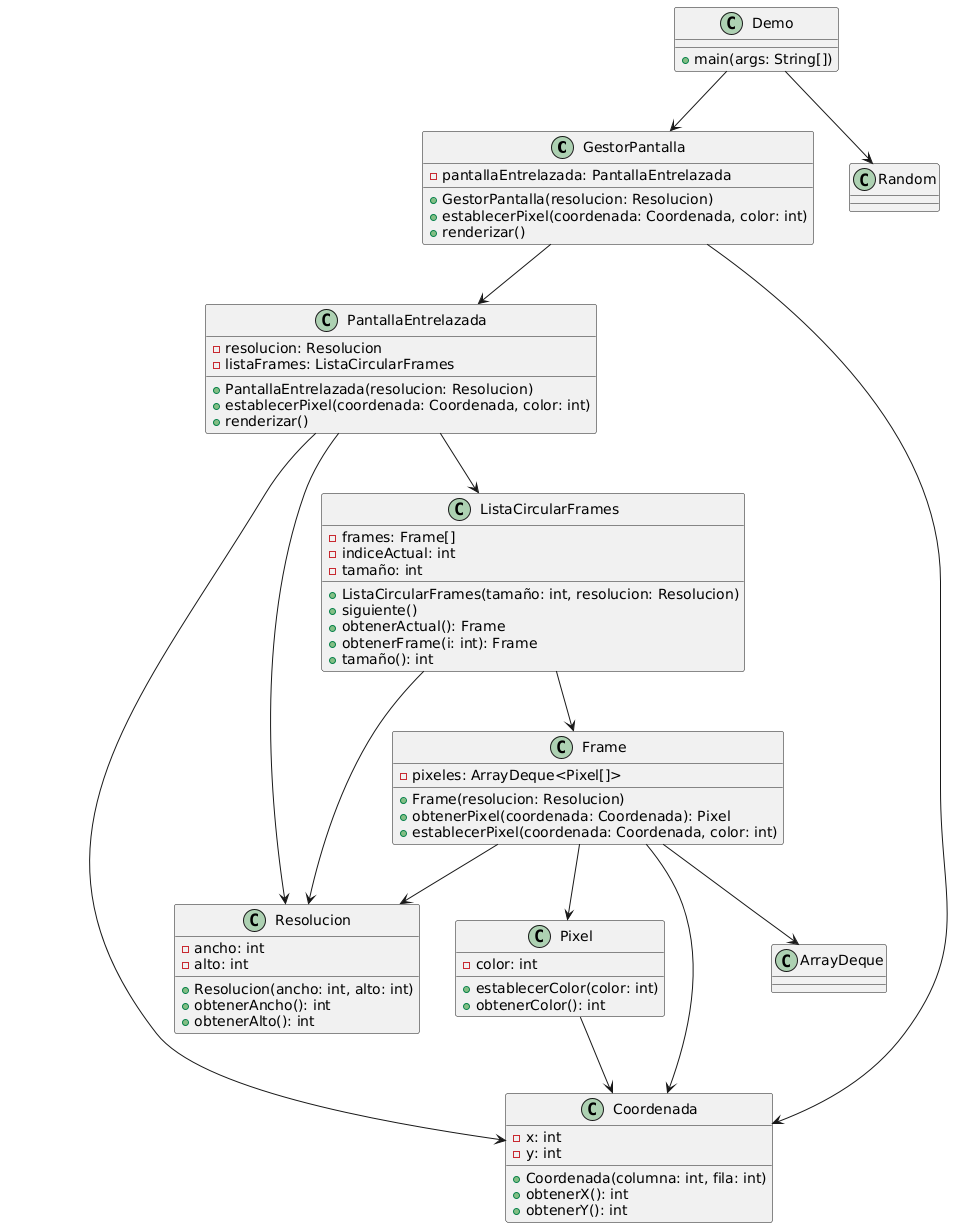
Before: Ejercicio 02-12/DiagramaUML/DiagramaEjercicio_12-2-2025.png, a diagram exported from PlantUML (JPMoralesl004/Borradores-EDA2). Source of this version:
```plantuml
@startuml
class GestorPantalla {
  - pantallaEntrelazada: PantallaEntrelazada
  + GestorPantalla(resolucion: Resolucion)
  + establecerPixel(coordenada: Coordenada, color: int)
  + renderizar()
}

class PantallaEntrelazada {
  - resolucion: Resolucion
  - listaFrames: ListaCircularFrames
  + PantallaEntrelazada(resolucion: Resolucion)
  + establecerPixel(coordenada: Coordenada, color: int)
  + renderizar()
}

class ListaCircularFrames {
  - frames: Frame[]
  - indiceActual: int
  - tamaño: int
  + ListaCircularFrames(tamaño: int, resolucion: Resolucion)
  + siguiente()
  + obtenerActual(): Frame
  + obtenerFrame(i: int): Frame
  + tamaño(): int
}

class Frame {
  - pixeles: ArrayDeque<Pixel[]>
  + Frame(resolucion: Resolucion)
  + obtenerPixel(coordenada: Coordenada): Pixel
  + establecerPixel(coordenada: Coordenada, color: int)
}

class Pixel {
  - color: int
  + establecerColor(color: int)
  + obtenerColor(): int
}

class Coordenada {
  - x: int
  - y: int
  + Coordenada(columna: int, fila: int)
  + obtenerX(): int
  + obtenerY(): int
}

class Resolucion {
  - ancho: int
  - alto: int
  + Resolucion(ancho: int, alto: int)
  + obtenerAncho(): int
  + obtenerAlto(): int
}

class Demo {
  + main(args: String[])
}

GestorPantalla --> PantallaEntrelazada
GestorPantalla --> Coordenada
PantallaEntrelazada --> ListaCircularFrames
PantallaEntrelazada --> Coordenada
PantallaEntrelazada --> Resolucion
ListaCircularFrames --> Frame
ListaCircularFrames --> Resolucion
Frame --> Pixel
Frame --> Coordenada
Frame --> Resolucion
Frame --> ArrayDeque
Pixel --> Coordenada
Demo --> GestorPantalla
Demo --> Random
@enduml
```
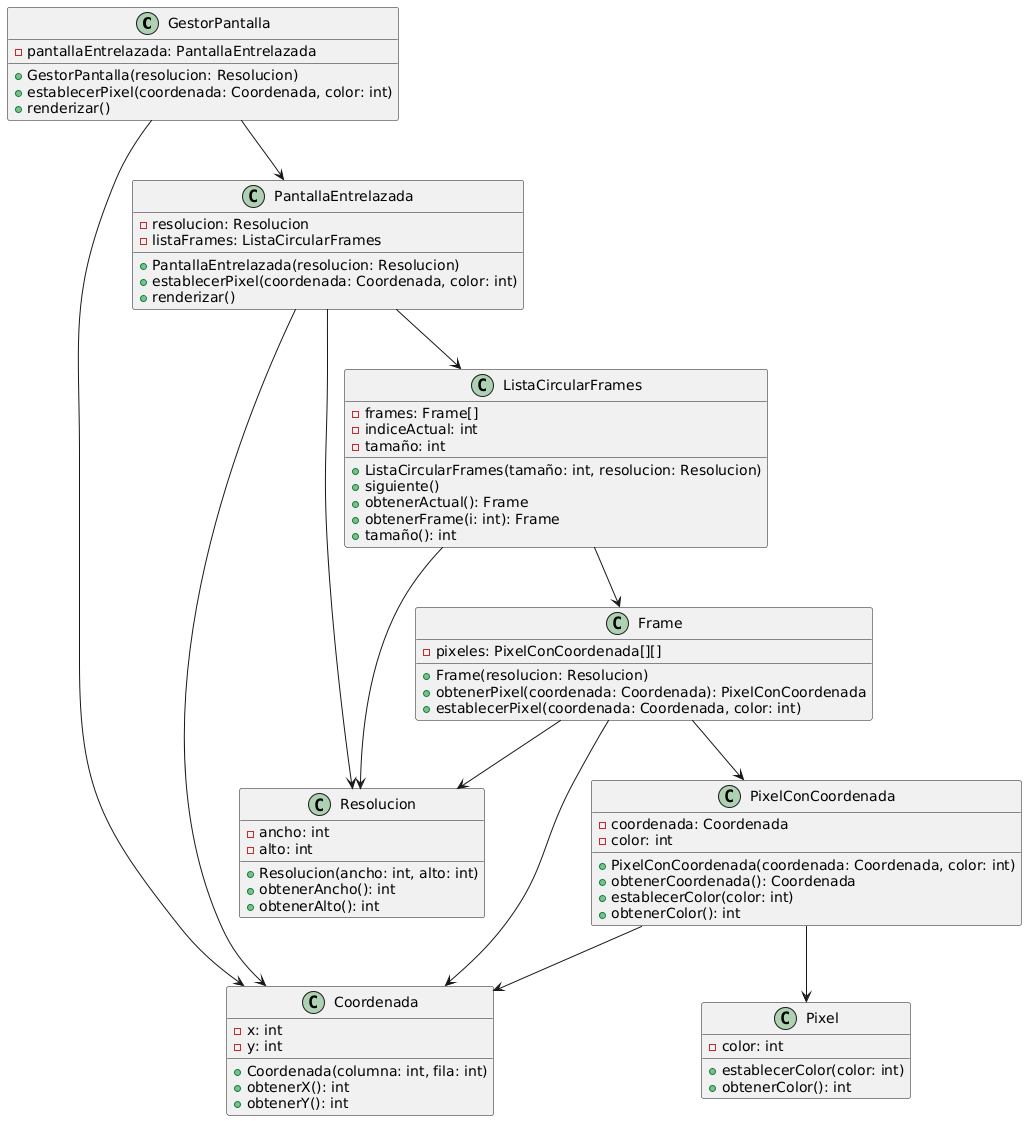
Above is the later version.

Commit message:
DiagramaEjercicio_12-2-2025(Actualizado)

Change to the diagram source:
```diff
@@ -26,14 +26,23 @@
 }
 
 class Frame {
-  - pixeles: ArrayDeque<Pixel[]>
+  - pixeles: PixelConCoordenada[][]
   + Frame(resolucion: Resolucion)
-  + obtenerPixel(coordenada: Coordenada): Pixel
+  + obtenerPixel(coordenada: Coordenada): PixelConCoordenada
   + establecerPixel(coordenada: Coordenada, color: int)
 }
 
 class Pixel {
   - color: int
+  + establecerColor(color: int)
+  + obtenerColor(): int
+}
+
+class PixelConCoordenada {
+  - coordenada: Coordenada
+  - color: int
+  + PixelConCoordenada(coordenada: Coordenada, color: int)
+  + obtenerCoordenada(): Coordenada
   + establecerColor(color: int)
   + obtenerColor(): int
 }
@@ -54,10 +63,6 @@
   + obtenerAlto(): int
 }
 
-class Demo {
-  + main(args: String[])
-}
-
 GestorPantalla --> PantallaEntrelazada
 GestorPantalla --> Coordenada
 PantallaEntrelazada --> ListaCircularFrames
@@ -65,11 +70,9 @@
 PantallaEntrelazada --> Resolucion
 ListaCircularFrames --> Frame
 ListaCircularFrames --> Resolucion
-Frame --> Pixel
+Frame --> PixelConCoordenada
 Frame --> Coordenada
 Frame --> Resolucion
-Frame --> ArrayDeque
-Pixel --> Coordenada
-Demo --> GestorPantalla
-Demo --> Random
+PixelConCoordenada --> Coordenada
+PixelConCoordenada --> Pixel
 @enduml
```
